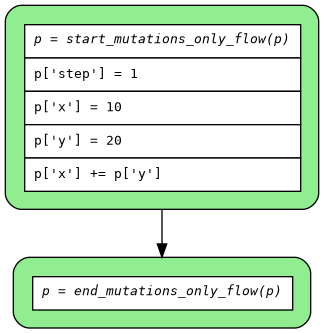
This is examples/flows/compiled/mutations_only/flow.png from mrhillsman-enterprise-ai/asya, a Graphviz export, as it was before one commit. Its source is kept beside it as examples/flows/compiled/mutations_only/flow.dot. Its diagram source:
```dot
digraph flow {
  rankdir=TB;
  graph [fontname="Courier", fontsize=10];
  node [fontname="Courier", fontsize=10, shape=box, style="filled,rounded", margin="0.2"];
  edge [fontname="Courier", fontsize=10];

  start_mutations_only_flow [fillcolor="lightgreen", group="main", label=<<table border="0" cellspacing="0" cellpadding="6" cellborder="1"><tr><td bgcolor="white" align="center"><i>p = start_mutations_only_flow(p)</i></td></tr><tr><td bgcolor="white" align="left">p['step'] = 1</td></tr><tr><td bgcolor="white" align="left">p['x'] = 10</td></tr><tr><td bgcolor="white" align="left">p['y'] = 20</td></tr><tr><td bgcolor="white" align="left">p['x'] += p['y']</td></tr></table>>];
  end_mutations_only_flow [fillcolor="lightgreen", group="main", label=<<table border="0" cellspacing="0" cellpadding="6" cellborder="1"><tr><td bgcolor="white" align="center"><i>p = end_mutations_only_flow(p)</i></td></tr></table>>];

  start_mutations_only_flow -> end_mutations_only_flow;
}
```
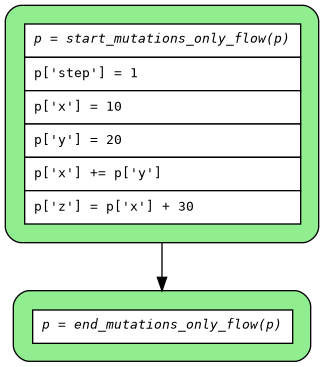
The same diagram one commit later.

Change to the diagram source:
```diff
@@ -4,7 +4,7 @@
   node [fontname="Courier", fontsize=10, shape=box, style="filled,rounded", margin="0.2"];
   edge [fontname="Courier", fontsize=10];
 
-  start_mutations_only_flow [fillcolor="lightgreen", group="main", label=<<table border="0" cellspacing="0" cellpadding="6" cellborder="1"><tr><td bgcolor="white" align="center"><i>p = start_mutations_only_flow(p)</i></td></tr><tr><td bgcolor="white" align="left">p['step'] = 1</td></tr><tr><td bgcolor="white" align="left">p['x'] = 10</td></tr><tr><td bgcolor="white" align="left">p['y'] = 20</td></tr><tr><td bgcolor="white" align="left">p['x'] += p['y']</td></tr></table>>];
+  start_mutations_only_flow [fillcolor="lightgreen", group="main", label=<<table border="0" cellspacing="0" cellpadding="6" cellborder="1"><tr><td bgcolor="white" align="center"><i>p = start_mutations_only_flow(p)</i></td></tr><tr><td bgcolor="white" align="left">p['step'] = 1</td></tr><tr><td bgcolor="white" align="left">p['x'] = 10</td></tr><tr><td bgcolor="white" align="left">p['y'] = 20</td></tr><tr><td bgcolor="white" align="left">p['x'] += p['y']</td></tr><tr><td bgcolor="white" align="left">p['z'] = p['x'] + 30</td></tr></table>>];
   end_mutations_only_flow [fillcolor="lightgreen", group="main", label=<<table border="0" cellspacing="0" cellpadding="6" cellborder="1"><tr><td bgcolor="white" align="center"><i>p = end_mutations_only_flow(p)</i></td></tr></table>>];
 
   start_mutations_only_flow -> end_mutations_only_flow;
```
